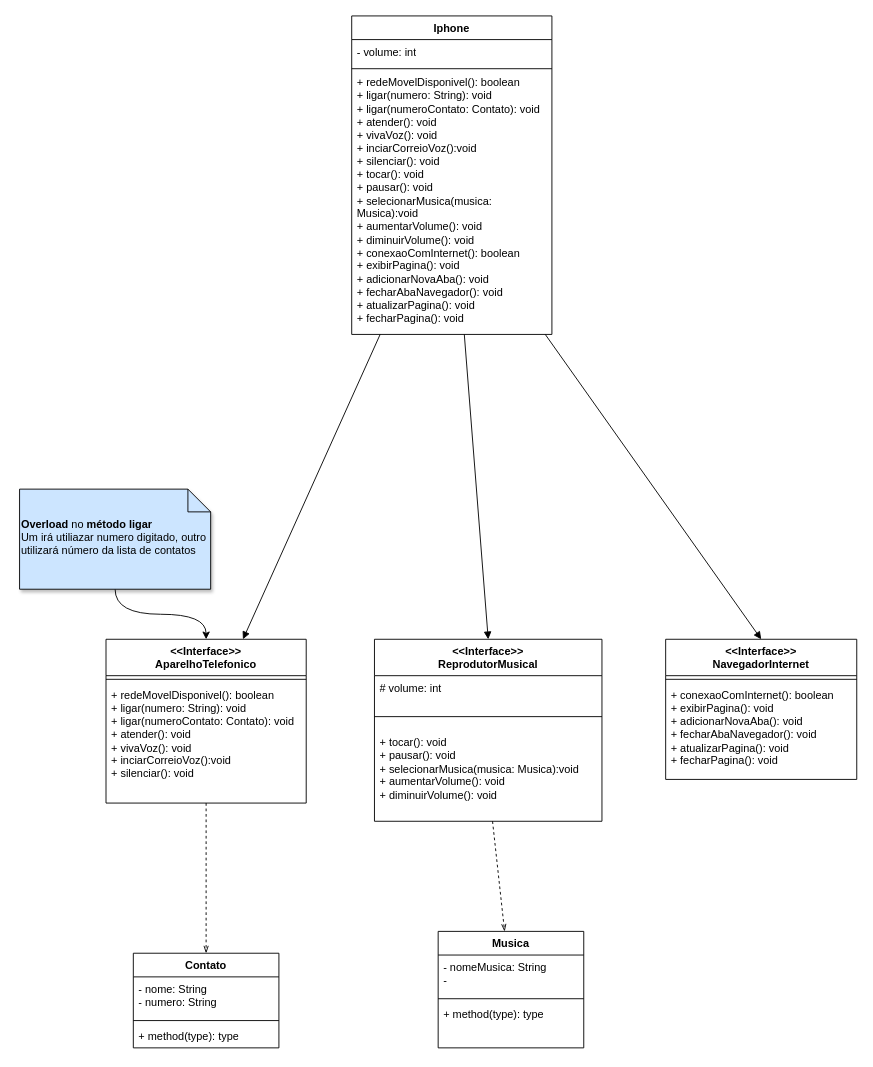
Above: Desafios/DesafioIphone/imgs/UML_Desafio_Iphone.drawio in LucasGFBatista/DIO-BOOTCAMPS (draw.io), before the change. Source tidied: cells renumbered, new cells numbered last; positions are measured from the earlier drawing's top-left corner, leaving out a move shared by most shapes. Both pictures are drawn from the tidied source at 91%, with x=0, y=0 at pixel (19, 15).
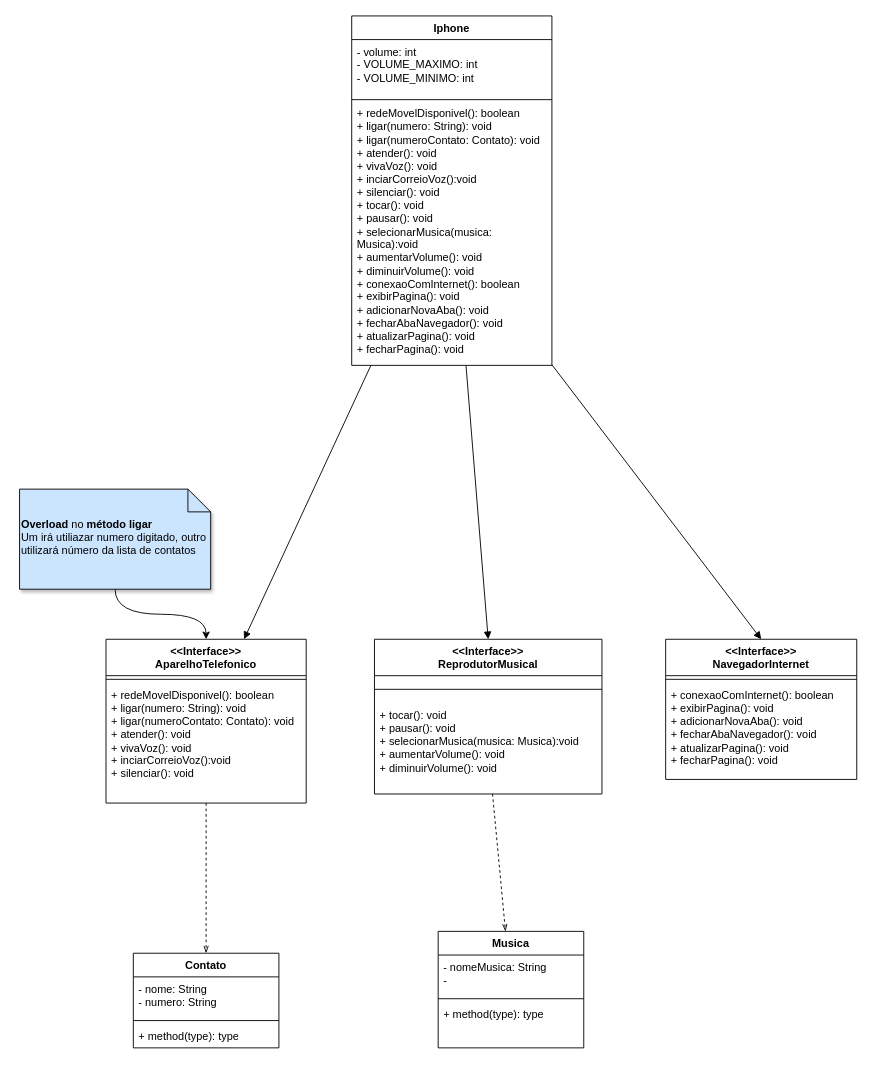
The same diagram, later.

Commit message:
docs: atualizando diagrama UML_Desafio_Iphone.drawio

Change to the diagram source:
```diff
@@
     <mxCell id="4" value="Iphone" style="swimlane;fontStyle=1;align=center;verticalAlign=top;horizontal=1;startSize=26;whiteSpace=wrap;html=1;" parent="1" vertex="1">
-      <mxGeometry x="365" width="220" height="350" as="geometry" />
+      <mxGeometry x="365" width="220" height="384" as="geometry" />
     </mxCell>
-    <mxCell id="5" value="&lt;div&gt;&lt;div&gt;- volume: int&lt;/div&gt;&lt;/div&gt;" style="text;strokeColor=none;fillColor=none;align=left;verticalAlign=top;spacingLeft=4;spacingRight=4;overflow=hidden;whiteSpace=wrap;html=1;" parent="4" vertex="1">
-      <mxGeometry y="26" width="220" height="30" as="geometry" />
+    <mxCell id="5" value="&lt;div&gt;&lt;div&gt;- volume: int&lt;/div&gt;&lt;/div&gt;&lt;div&gt;- VOLUME_MAXIMO: int&lt;/div&gt;&lt;div&gt;- VOLUME_MINIMO: int&lt;/div&gt;" style="text;strokeColor=none;fillColor=none;align=left;verticalAlign=top;spacingLeft=4;spacingRight=4;overflow=hidden;whiteSpace=wrap;html=1;" parent="4" vertex="1">
+      <mxGeometry y="26" width="220" height="64" as="geometry" />
     </mxCell>
     <mxCell id="6" style="line;strokeWidth=1;fillColor=none;align=left;verticalAlign=middle;spacingTop=-1;spacingLeft=3;spacingRight=3;labelPosition=right;strokeColor=inherit;" parent="4" vertex="1">
-      <mxGeometry y="56" width="220" height="4" as="geometry" />
+      <mxGeometry y="90" width="220" height="4" as="geometry" />
     </mxCell>
     <mxCell id="7" value="&lt;div&gt;&lt;div&gt;&lt;div&gt;&lt;div&gt;+ redeMovelDisponivel(): boolean&lt;/div&gt;+ ligar(numero: String): void&lt;/div&gt;&lt;div&gt;+ ligar(numeroContato: Contato): void&lt;br&gt;&lt;div&gt;+ atender(): void&lt;/div&gt;&lt;div&gt;+ vivaVoz(): void&lt;/div&gt;&lt;div&gt;+ inciarCorreioVoz():void&lt;/div&gt;&lt;div&gt;+ silenciar(): void&lt;/div&gt;&lt;div&gt;+ tocar(): void&lt;div&gt;+ pausar(): void&lt;/div&gt;&lt;div&gt;+ selecionarMusica(musica: Musica):void&lt;/div&gt;&lt;div&gt;+ aumentarVolume(): void&lt;/div&gt;&lt;div&gt;+ diminuirVolume(): void&lt;/div&gt;&lt;/div&gt;&lt;/div&gt;&lt;/div&gt;&lt;/div&gt;&lt;div&gt;+ conexaoComInternet(): boolean&lt;div&gt;+ exibirPagina(): void&lt;/div&gt;&lt;div&gt;+ adicionarNovaAba(): void&lt;/div&gt;&lt;div&gt;+ fecharAbaNavegador(): void&lt;/div&gt;&lt;div&gt;+ atualizarPagina(): void&lt;/div&gt;&lt;div&gt;+ fecharPagina(): void&lt;/div&gt;&lt;/div&gt;" style="text;strokeColor=none;fillColor=none;align=left;verticalAlign=top;spacingLeft=4;spacingRight=4;overflow=hidden;points=[[0,0.5],[1,0.5]];portConstraint=eastwest;whiteSpace=wrap;html=1;" parent="4" vertex="1">
-      <mxGeometry y="60" width="220" height="290" as="geometry" />
+      <mxGeometry y="94" width="220" height="290" as="geometry" />
     </mxCell>
     <mxCell id="8" value="&lt;div&gt;&amp;lt;&amp;lt;Interface&amp;gt;&amp;gt;&lt;br&gt;&lt;/div&gt;ReprodutorMusical&lt;div&gt;&lt;br&gt;&lt;/div&gt;" style="swimlane;fontStyle=1;align=center;verticalAlign=top;horizontal=1;startSize=40;whiteSpace=wrap;html=1;" parent="1" vertex="1">
-      <mxGeometry x="390" y="685" width="250" height="200" as="geometry" />
+      <mxGeometry x="390" y="685" width="250" height="170" as="geometry" />
     </mxCell>
-    <mxCell id="9" value="&lt;div&gt;&lt;div&gt;# volume: int&lt;/div&gt;&lt;/div&gt;" style="text;strokeColor=none;fillColor=none;align=left;verticalAlign=top;spacingLeft=4;spacingRight=4;overflow=hidden;whiteSpace=wrap;html=1;" parent="8" vertex="1">
-      <mxGeometry y="40" width="250" height="30" as="geometry" />
-    </mxCell>
     <mxCell id="10" style="line;strokeWidth=1;fillColor=none;align=left;verticalAlign=middle;spacingTop=-1;spacingLeft=3;spacingRight=3;labelPosition=right;strokeColor=inherit;" parent="8" vertex="1">
-      <mxGeometry y="70" width="250" height="30" as="geometry" />
+      <mxGeometry y="40" width="250" height="30" as="geometry" />
     </mxCell>
     <mxCell id="11" value="+ tocar(): void&lt;div&gt;+ pausar(): void&lt;/div&gt;&lt;div&gt;+ selecionarMusica(musica: Musica):void&lt;/div&gt;&lt;div&gt;+ aumentarVolume(): void&lt;/div&gt;&lt;div&gt;+ diminuirVolume(): void&lt;/div&gt;" style="text;strokeColor=none;fillColor=none;align=left;verticalAlign=top;spacingLeft=4;spacingRight=4;overflow=hidden;points=[[0,0.5],[1,0.5]];portConstraint=eastwest;whiteSpace=wrap;html=1;" parent="8" vertex="1">
-      <mxGeometry y="100" width="250" height="100" as="geometry" />
+      <mxGeometry y="70" width="250" height="100" as="geometry" />
     </mxCell>
```
